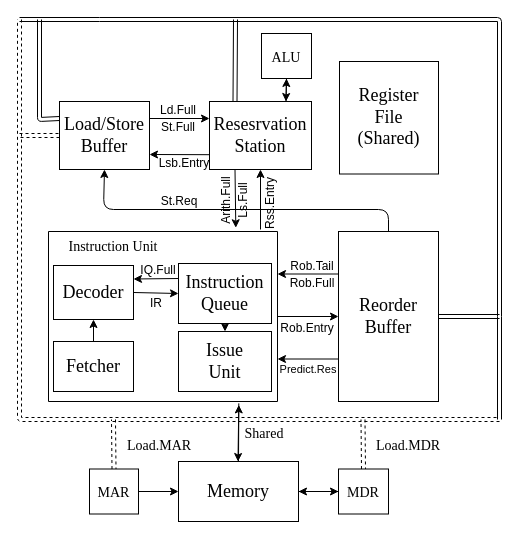
Before: docs/structure.drawio in Conless/RISC-V-Simulator, a draw.io diagram. Source tidied: cells renumbered, new cells numbered last; positions are measured from the earlier drawing's top-left corner, leaving out a move shared by most shapes. Both pictures are drawn from the tidied source at 100%, with x=0, y=0 at pixel (19, 19).
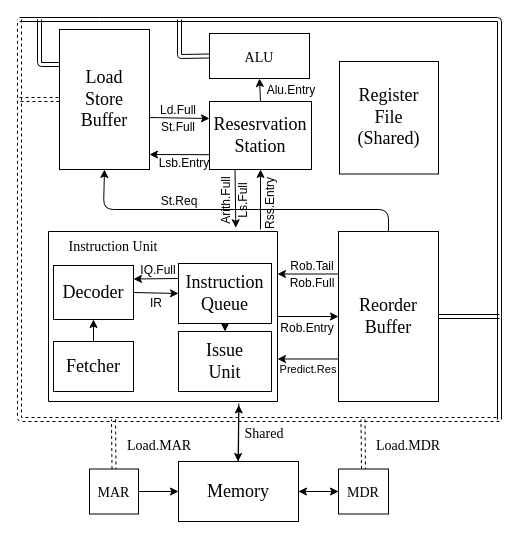
The same page after the edit.

Unchanged cells that the change refers to:
```xml
<mxCell id="31" value="&lt;span style=&quot;font-family: &amp;quot;Times New Roman&amp;quot;; font-size: 18px;&quot;&gt;Resesrvation&lt;/span&gt;&lt;br style=&quot;font-family: &amp;quot;Times New Roman&amp;quot;; font-size: 18px;&quot;&gt;&lt;span style=&quot;font-family: &amp;quot;Times New Roman&amp;quot;; font-size: 18px;&quot;&gt;Station&lt;/span&gt;&lt;font face=&quot;Times New Roman&quot; style=&quot;font-size: 18px;&quot;&gt;&lt;br&gt;&lt;/font&gt;" style="whiteSpace=wrap;html=1;" parent="1" vertex="1">
  <mxGeometry x="190" y="82" width="102" height="68" as="geometry" />
</mxCell>
<mxCell id="53" value="&lt;font style=&quot;font-size: 12px;&quot;&gt;Ld.Full&lt;br&gt;St.Full&lt;br&gt;&lt;/font&gt;" style="text;strokeColor=none;align=center;fillColor=none;html=1;verticalAlign=middle;whiteSpace=wrap;rounded=0;fontSize=14;" parent="1" vertex="1">
  <mxGeometry x="129" y="83" width="60" height="30" as="geometry" />
</mxCell>
```

The edit, as a diff of the source:
```diff
@@
-    <mxCell id="25" style="edgeStyle=none;html=1;exitX=0.75;exitY=0;exitDx=0;exitDy=0;entryX=0.5;entryY=1;entryDx=0;entryDy=0;fontFamily=Times New Roman;fontSize=14;" parent="1" edge="1" source="31" target="34">
+    <mxCell id="25" style="edgeStyle=none;html=1;exitX=0.5;exitY=0;exitDx=0;exitDy=0;entryX=0.5;entryY=1;entryDx=0;entryDy=0;fontFamily=Times New Roman;fontSize=14;" parent="1" edge="1" source="31" target="34">
       <mxGeometry relative="1" as="geometry" />
     </mxCell>
-    <mxCell id="26" style="edgeStyle=none;html=1;exitX=1;exitY=0.25;exitDx=0;exitDy=0;entryX=0;entryY=0.25;entryDx=0;entryDy=0;fontSize=18;" parent="1" edge="1" source="27" target="31">
+    <mxCell id="26" style="edgeStyle=none;html=1;exitX=0;exitY=0.5;exitDx=0;exitDy=0;entryX=0;entryY=0.25;entryDx=0;entryDy=0;fontSize=18;" parent="1" edge="1" source="53" target="31">
       <mxGeometry relative="1" as="geometry" />
     </mxCell>
-    <mxCell id="27" value="&lt;font face=&quot;Times New Roman&quot; style=&quot;font-size: 18px;&quot;&gt;&lt;span style=&quot;&quot;&gt;Load/Store&lt;br&gt;&lt;/span&gt;Buffer&lt;br&gt;&lt;/font&gt;" style="whiteSpace=wrap;html=1;" parent="1" vertex="1">
-      <mxGeometry x="40" y="82" width="90" height="68" as="geometry" />
+    <mxCell id="27" value="&lt;font face=&quot;Times New Roman&quot; style=&quot;font-size: 18px;&quot;&gt;&lt;span style=&quot;&quot;&gt;Load&lt;br&gt;Store&lt;br&gt;&lt;/span&gt;Buffer&lt;br&gt;&lt;/font&gt;" style="whiteSpace=wrap;html=1;" parent="1" vertex="1">
+      <mxGeometry x="40" y="10" width="90" height="140" as="geometry" />
     </mxCell>
-    <mxCell id="28" style="edgeStyle=none;shape=link;html=1;exitX=0.25;exitY=0;exitDx=0;exitDy=0;strokeWidth=1;fontFamily=Times New Roman;fontSize=14;" parent="1" edge="1" source="31">
-      <mxGeometry relative="1" as="geometry">
-        <mxPoint x="216" as="targetPoint" />
-      </mxGeometry>
-    </mxCell>
@@
-    <mxCell id="33" style="edgeStyle=none;html=1;exitX=0.5;exitY=1;exitDx=0;exitDy=0;entryX=0.75;entryY=0;entryDx=0;entryDy=0;fontFamily=Times New Roman;fontSize=14;" parent="1" edge="1" source="34" target="31">
-      <mxGeometry relative="1" as="geometry" />
-    </mxCell>
     <mxCell id="34" value="&lt;font style=&quot;font-size: 14px;&quot;&gt;ALU&lt;/font&gt;" style="whiteSpace=wrap;html=1;fontFamily=Times New Roman;fontSize=18;" parent="1" vertex="1">
-      <mxGeometry x="242" y="14" width="50" height="45" as="geometry" />
+      <mxGeometry x="190" y="14" width="100" height="45" as="geometry" />
     </mxCell>
@@
     <mxCell id="40" style="edgeStyle=none;shape=link;html=1;exitX=0;exitY=0.25;exitDx=0;exitDy=0;strokeWidth=1;fontFamily=Times New Roman;fontSize=14;" parent="1" edge="1" source="27">
       <mxGeometry relative="1" as="geometry">
         <mxPoint x="20" as="targetPoint" />
         <Array as="points">
-          <mxPoint x="20" y="100" />
+          <mxPoint x="20" y="45" />
         </Array>
       </mxGeometry>
     </mxCell>
@@
     <mxCell id="44" style="edgeStyle=none;shape=link;html=1;strokeWidth=1;fontFamily=Times New Roman;fontSize=14;dashed=1;entryX=0;entryY=0.5;entryDx=0;entryDy=0;" parent="1" edge="1" target="27">
       <mxGeometry relative="1" as="geometry">
-        <mxPoint y="116" as="sourcePoint" />
+        <mxPoint y="80" as="sourcePoint" />
       </mxGeometry>
     </mxCell>
@@
+    <mxCell id="56" style="edgeStyle=none;shape=link;html=1;exitX=0;exitY=0.5;exitDx=0;exitDy=0;strokeWidth=1;fontFamily=Times New Roman;fontSize=14;" parent="1" edge="1" source="34">
+      <mxGeometry relative="1" as="geometry">
+        <mxPoint x="160" as="targetPoint" />
+        <Array as="points">
+          <mxPoint x="160" y="37" />
+        </Array>
+      </mxGeometry>
+    </mxCell>
+    <mxCell id="57" value="&lt;font style=&quot;font-size: 12px;&quot;&gt;Alu.Entry&lt;/font&gt;" style="text;strokeColor=none;align=center;fillColor=none;html=1;verticalAlign=middle;whiteSpace=wrap;rounded=0;fontSize=14;" parent="1" vertex="1">
+      <mxGeometry x="242" y="55" width="60" height="30" as="geometry" />
+    </mxCell>
```
